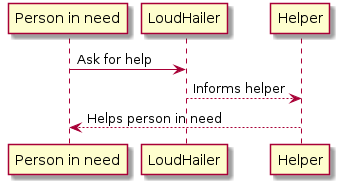
This is bin/dist/loudhailer_sequence.png from bbq2100/swe, a PlantUML export, as it was before one commit. The source it was exported from:
```plantuml
@startuml
"Person in need" -> LoudHailer: Ask for help
LoudHailer --> Helper: Informs helper

"Person in need" <-- Helper: Helps person in need
@enduml
```
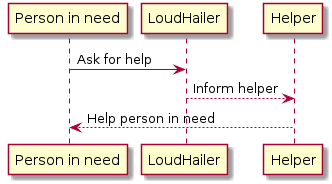
After the commit.

The edit, as a diff of the source:
```diff
@@ -1,6 +1,6 @@
 @startuml
 "Person in need" -> LoudHailer: Ask for help
-LoudHailer --> Helper: Informs helper
+LoudHailer --> Helper: Inform helper
 
-"Person in need" <-- Helper: Helps person in need
+"Person in need" <-- Helper: Help person in need
 @enduml
```
